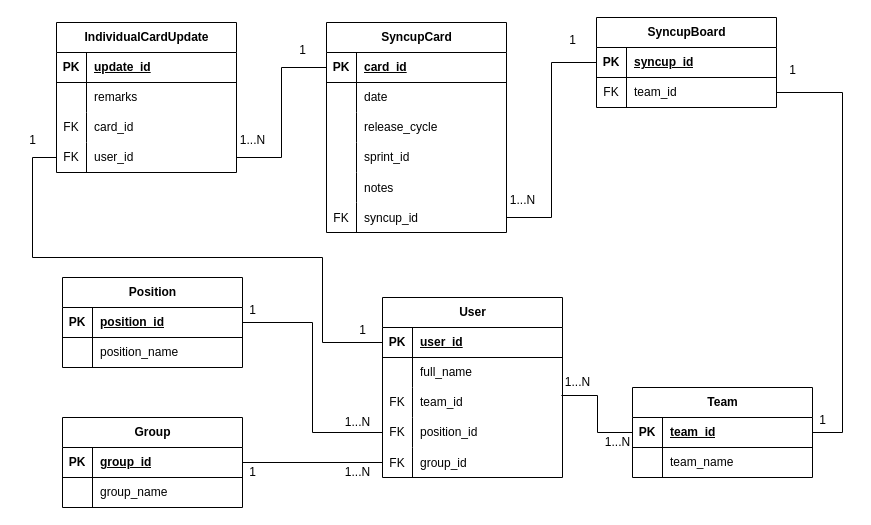
Earlier version of the draw.io diagram ER.drawio (Pranima23/project_synchron). Source tidied: cells renumbered, new cells numbered last; positions are measured from the earlier drawing's top-left corner, leaving out a move shared by most shapes. Both pictures are drawn from the tidied source at 100%, with x=0, y=0 at pixel (17, 17).
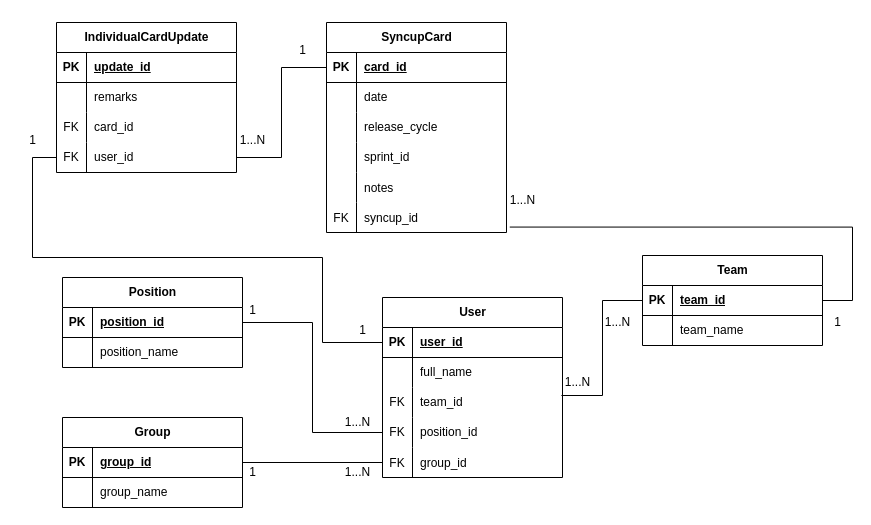
Above is the later version.

Commit message (it also covers changes not shown here):
database design diagram after change

Unchanged cells that the change refers to:
```xml
<mxCell id="33" style="shape=tableRow;horizontal=0;startSize=0;swimlaneHead=0;swimlaneBody=0;fillColor=none;points=[[0,0.5],[1,0.5]];portConstraint=eastwest;top=0;left=0;right=0;bottom=1;" parent="32" vertex="1">
  <mxGeometry y="30" width="180" height="30" as="geometry" />
</mxCell>
<mxCell id="62" style="shape=tableRow;horizontal=0;startSize=0;swimlaneHead=0;swimlaneBody=0;fillColor=none;points=[[0,0.5],[1,0.5]];portConstraint=eastwest;top=0;left=0;right=0;bottom=0;" parent="46" vertex="1">
  <mxGeometry y="180" width="180" height="30" as="geometry" />
</mxCell>
```

The edit, as a diff of the source:
```diff
@@
     <mxCell id="32" value="Team" style="shape=table;startSize=30;childLayout=tableLayout;rowLines=0;fontStyle=1;align=center;html=1;" parent="1" vertex="1">
-      <mxGeometry x="615" y="370" width="180" height="90" as="geometry" />
+      <mxGeometry x="625" y="238" width="180" height="90" as="geometry" />
     </mxCell>
@@
-    <mxCell id="39" value="SyncupBoard" style="shape=table;startSize=30;childLayout=tableLayout;rowLines=0;fontStyle=1;align=center;html=1;" parent="1" vertex="1">
-      <mxGeometry x="579" width="180" height="90" as="geometry" />
-    </mxCell>
-    <mxCell id="40" style="shape=tableRow;horizontal=0;startSize=0;swimlaneHead=0;swimlaneBody=0;fillColor=none;points=[[0,0.5],[1,0.5]];portConstraint=eastwest;top=0;left=0;right=0;bottom=1;" parent="39" vertex="1">
-      <mxGeometry y="30" width="180" height="30" as="geometry" />
-    </mxCell>
-    <mxCell id="41" value="PK" style="shape=partialRectangle;fillColor=none;top=0;left=0;bottom=0;right=0;fontStyle=1;overflow=hidden;whiteSpace=wrap;html=1;" parent="40" vertex="1">
-      <mxGeometry width="30" height="30" as="geometry" />
-    </mxCell>
-    <mxCell id="42" value="syncup_id" style="shape=partialRectangle;fillColor=none;top=0;left=0;bottom=0;right=0;align=left;spacingLeft=6;fontStyle=5;overflow=hidden;whiteSpace=wrap;html=1;" parent="40" vertex="1">
-      <mxGeometry x="30" width="150" height="30" as="geometry" />
-    </mxCell>
-    <mxCell id="43" style="shape=tableRow;horizontal=0;startSize=0;swimlaneHead=0;swimlaneBody=0;fillColor=none;points=[[0,0.5],[1,0.5]];portConstraint=eastwest;top=0;left=0;right=0;bottom=0;" parent="39" vertex="1">
-      <mxGeometry y="60" width="180" height="30" as="geometry" />
-    </mxCell>
-    <mxCell id="44" value="FK" style="shape=partialRectangle;fillColor=none;top=0;left=0;bottom=0;right=0;overflow=hidden;whiteSpace=wrap;html=1;" parent="43" vertex="1">
-      <mxGeometry width="30" height="30" as="geometry" />
-    </mxCell>
-    <mxCell id="45" value="team_id" style="shape=partialRectangle;fillColor=none;top=0;left=0;bottom=0;right=0;align=left;spacingLeft=6;overflow=hidden;whiteSpace=wrap;html=1;" parent="43" vertex="1">
-      <mxGeometry x="30" width="150" height="30" as="geometry" />
-    </mxCell>
@@
-    <mxCell id="81" style="edgeStyle=orthogonalEdgeStyle;rounded=0;jettySize=auto;html=1;endArrow=none;endFill=0;" parent="1" edge="1" source="33" target="43">
+    <mxCell id="81" style="edgeStyle=orthogonalEdgeStyle;rounded=0;jettySize=auto;html=1;endArrow=none;endFill=0;entryX=1.018;entryY=0.819;entryDx=0;entryDy=0;entryPerimeter=0;" parent="1" edge="1" source="33" target="62">
       <mxGeometry relative="1" as="geometry">
         <Array as="points">
-          <mxPoint x="825" y="415" />
-          <mxPoint x="825" y="75" />
+          <mxPoint x="835" y="283" />
+          <mxPoint x="835" y="210" />
         </Array>
       </mxGeometry>
     </mxCell>
-    <mxCell id="82" style="edgeStyle=orthogonalEdgeStyle;rounded=0;jettySize=auto;html=1;endArrow=none;endFill=0;" parent="1" edge="1" source="40" target="62">
-      <mxGeometry relative="1" as="geometry" />
-    </mxCell>
@@
     <mxCell id="85" value="1...N" style="text;html=1;align=center;verticalAlign=middle;strokeColor=none;fillColor=none;" parent="1" vertex="1">
-      <mxGeometry x="575" y="410" width="50" height="30" as="geometry" />
+      <mxGeometry x="575" y="290" width="50" height="30" as="geometry" />
     </mxCell>
@@
-    <mxCell id="95" value="1" style="text;html=1;align=center;verticalAlign=middle;strokeColor=none;fillColor=none;" parent="1" vertex="1">
-      <mxGeometry x="540" y="8" width="30" height="30" as="geometry" />
-    </mxCell>
@@
     <mxCell id="97" value="1" style="text;html=1;align=center;verticalAlign=middle;strokeColor=none;fillColor=none;" parent="1" vertex="1">
-      <mxGeometry x="790" y="388" width="30" height="30" as="geometry" />
+      <mxGeometry x="805" y="290" width="30" height="30" as="geometry" />
     </mxCell>
-    <mxCell id="98" value="1" style="text;html=1;align=center;verticalAlign=middle;strokeColor=none;fillColor=none;" parent="1" vertex="1">
-      <mxGeometry x="760" y="38" width="30" height="30" as="geometry" />
-    </mxCell>
```
